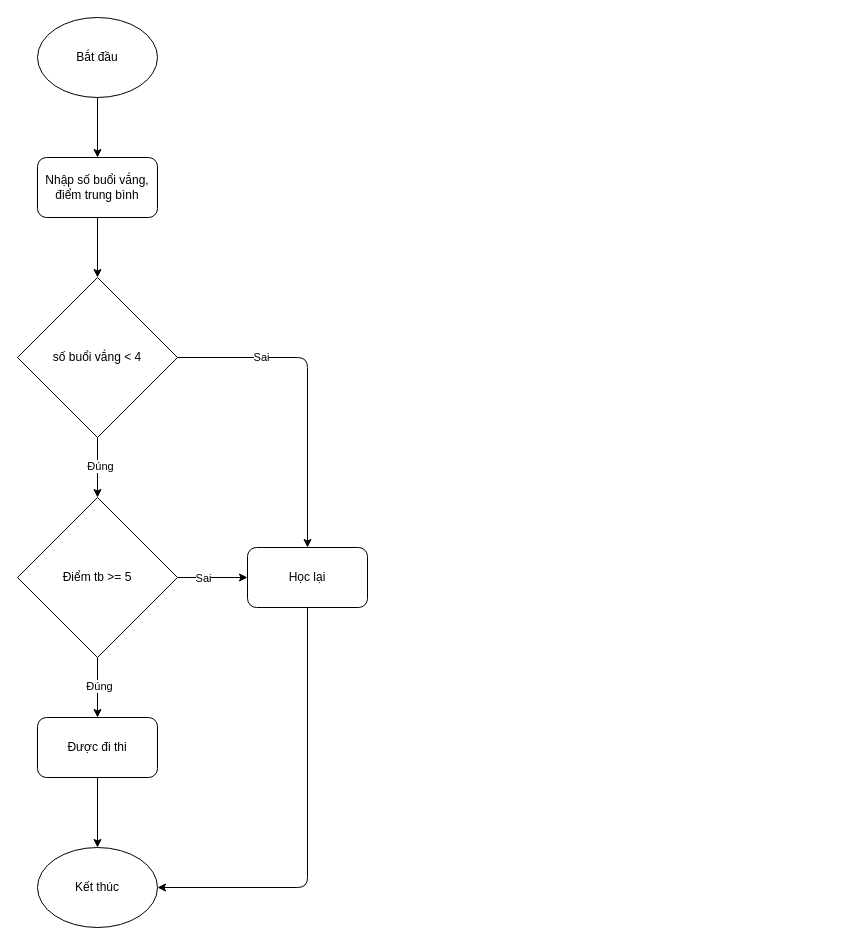
Earlier version of the draw.io diagram Lesson2/diThi.drawio (phantrongvinh/COM108_Phan_Trong_Vinh). Source tidied: cells renumbered, new cells numbered last; positions are measured from the earlier drawing's top-left corner, leaving out a move shared by most shapes. Both pictures are drawn from the tidied source at 100%, with x=0, y=0 at pixel (17, 17).
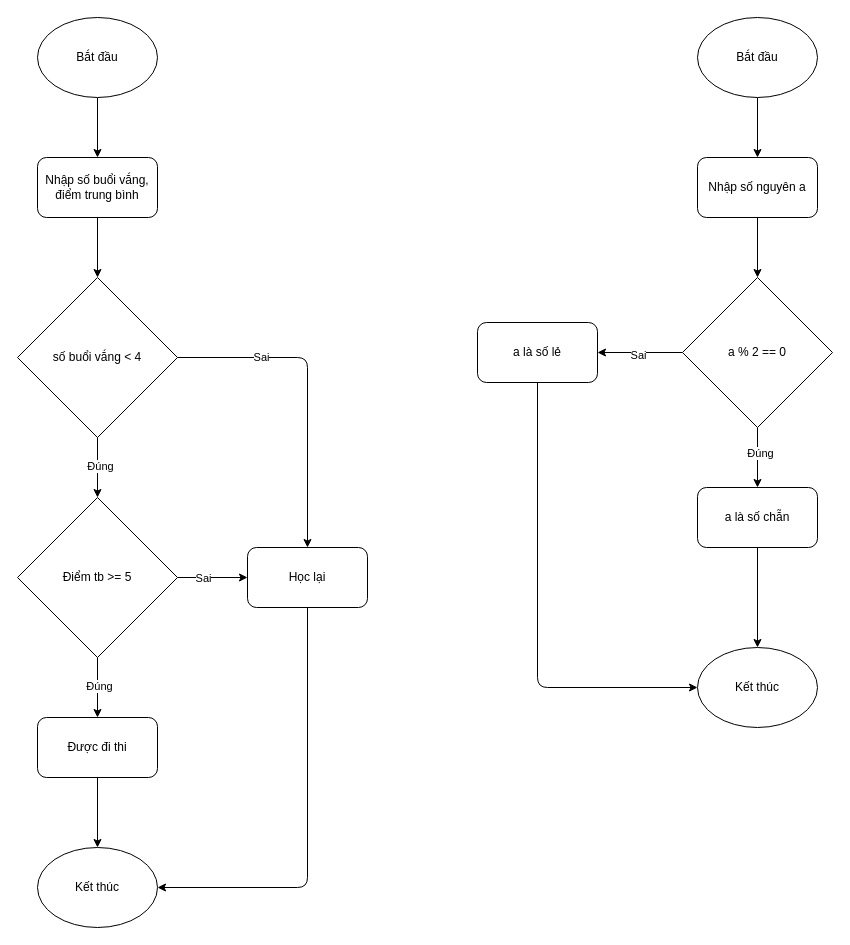
After the change.

The edit, as a diff of the source:
```diff
@@
+    <mxCell id="21" style="edgeStyle=none;html=1;entryX=0.5;entryY=0;entryDx=0;entryDy=0;" parent="1" edge="1" source="22" target="24">
+      <mxGeometry relative="1" as="geometry" />
+    </mxCell>
+    <mxCell id="22" value="Bắt đầu" style="ellipse;whiteSpace=wrap;html=1;" parent="1" vertex="1">
+      <mxGeometry x="680" width="120" height="80" as="geometry" />
+    </mxCell>
+    <mxCell id="23" style="edgeStyle=none;html=1;entryX=0.5;entryY=0;entryDx=0;entryDy=0;" parent="1" edge="1" source="24" target="29">
+      <mxGeometry relative="1" as="geometry" />
+    </mxCell>
+    <mxCell id="24" value="Nhập số nguyên a" style="rounded=1;whiteSpace=wrap;html=1;" parent="1" vertex="1">
+      <mxGeometry x="680" y="140" width="120" height="60" as="geometry" />
+    </mxCell>
+    <mxCell id="25" style="edgeStyle=none;html=1;entryX=1;entryY=0.5;entryDx=0;entryDy=0;" parent="1" edge="1" source="29" target="33">
+      <mxGeometry relative="1" as="geometry" />
+    </mxCell>
+    <mxCell id="26" value="Sai" style="edgeLabel;html=1;align=center;verticalAlign=middle;" parent="25" vertex="1">
+      <mxGeometry x="0.06" y="2" relative="1" as="geometry" />
+    </mxCell>
+    <mxCell id="27" style="edgeStyle=none;html=1;entryX=0.5;entryY=0;entryDx=0;entryDy=0;" parent="1" edge="1" source="29" target="31">
+      <mxGeometry relative="1" as="geometry" />
+    </mxCell>
+    <mxCell id="28" value="Đúng" style="edgeLabel;html=1;align=center;verticalAlign=middle;" parent="27" vertex="1">
+      <mxGeometry x="-0.17" y="2" relative="1" as="geometry" />
+    </mxCell>
+    <mxCell id="29" value="a % 2 == 0" style="rhombus;whiteSpace=wrap;html=1;" parent="1" vertex="1">
+      <mxGeometry x="665" y="260" width="150" height="150" as="geometry" />
+    </mxCell>
+    <mxCell id="30" style="edgeStyle=none;html=1;" parent="1" edge="1" source="31" target="34">
+      <mxGeometry relative="1" as="geometry" />
+    </mxCell>
+    <mxCell id="31" value="a là số chẵn" style="rounded=1;whiteSpace=wrap;html=1;" parent="1" vertex="1">
+      <mxGeometry x="680" y="470" width="120" height="60" as="geometry" />
+    </mxCell>
+    <mxCell id="32" style="edgeStyle=none;html=1;entryX=0;entryY=0.5;entryDx=0;entryDy=0;" parent="1" edge="1" source="33" target="34">
+      <mxGeometry relative="1" as="geometry">
+        <Array as="points">
+          <mxPoint x="520" y="670" />
+        </Array>
+      </mxGeometry>
+    </mxCell>
+    <mxCell id="33" value="a là số lẻ" style="rounded=1;whiteSpace=wrap;html=1;" parent="1" vertex="1">
+      <mxGeometry x="460" y="305" width="120" height="60" as="geometry" />
+    </mxCell>
+    <mxCell id="34" value="Kết thúc" style="ellipse;whiteSpace=wrap;html=1;" parent="1" vertex="1">
+      <mxGeometry x="680" y="630" width="120" height="80" as="geometry" />
+    </mxCell>
```
